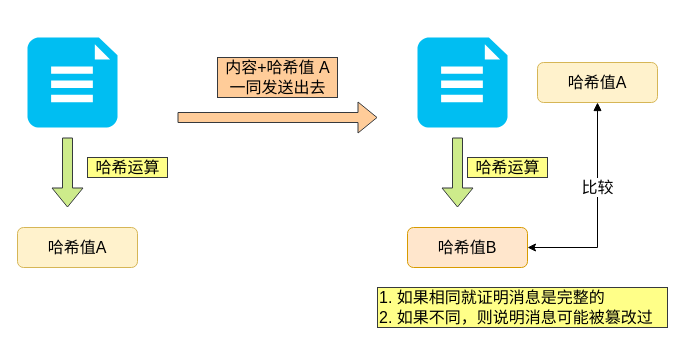
The draw.io diagram 网络/https/哈希比对.drawio in xiaolincoder/ImageHost4, before the edit. Source tidied: cells renumbered, new cells numbered last; positions are measured from the earlier drawing's top-left corner, leaving out a move shared by most shapes. Both pictures are drawn from the tidied source at 100%, with x=0, y=0 at pixel (17, 37).
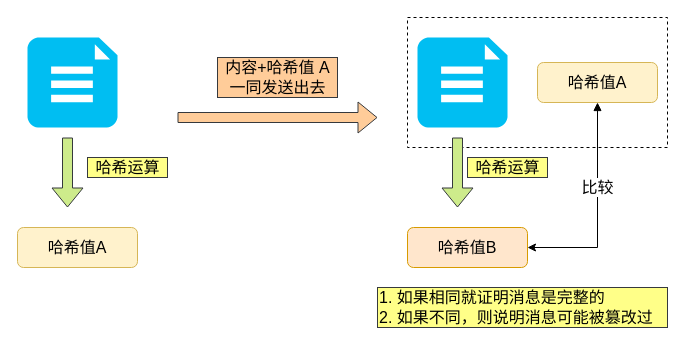
Above is the later version.

What changed in the source:
```diff
@@
 <mxGraphModel>
   <root>
     <mxCell id="0" />
     <mxCell id="1" parent="0" />
+    <mxCell id="15" style="rounded=0;whiteSpace=wrap;html=1;fontSize=16;align=left;dashed=1;" parent="1" vertex="1">
+      <mxGeometry x="390" y="-20" width="260" height="130" as="geometry" />
+    </mxCell>
     <mxCell id="2" style="verticalLabelPosition=bottom;html=1;verticalAlign=top;align=center;strokeColor=none;fillColor=#00BEF2;shape=mxgraph.azure.file_2;fontSize=16;" parent="1" vertex="1">
       <mxGeometry x="10" width="90" height="90" as="geometry" />
     </mxCell>
     <mxCell id="3" style="shape=flexArrow;endArrow=classic;html=1;fontSize=16;fillColor=#cdeb8b;strokeColor=#36393d;" parent="1" edge="1">
       <mxGeometry relative="1" as="geometry">
         <mxPoint x="50" y="100" as="sourcePoint" />
         <mxPoint x="50" y="170" as="targetPoint" />
       </mxGeometry>
     </mxCell>
     <mxCell id="4" value="哈希运算" style="text;html=1;align=center;verticalAlign=middle;strokeColor=#36393d;fontSize=16;fillColor=#ffff88;" parent="1" vertex="1">
       <mxGeometry x="70" y="120" width="80" height="20" as="geometry" />
     </mxCell>
     <mxCell id="5" value="哈希值A" style="rounded=1;whiteSpace=wrap;html=1;fontSize=16;fillColor=#fff2cc;strokeColor=#d6b656;" parent="1" vertex="1">
       <mxGeometry y="190" width="120" height="40" as="geometry" />
     </mxCell>
     <mxCell id="6" style="shape=flexArrow;endArrow=classic;html=1;fontSize=16;fillColor=#ffcc99;strokeColor=#36393d;" parent="1" edge="1">
       <mxGeometry relative="1" as="geometry">
         <mxPoint x="160" y="80" as="sourcePoint" />
         <mxPoint x="360" y="80" as="targetPoint" />
       </mxGeometry>
     </mxCell>
     <mxCell id="7" style="verticalLabelPosition=bottom;html=1;verticalAlign=top;align=center;strokeColor=none;fillColor=#00BEF2;shape=mxgraph.azure.file_2;fontSize=16;" parent="1" vertex="1">
       <mxGeometry x="400" width="90" height="90" as="geometry" />
     </mxCell>
     <mxCell id="8" style="shape=flexArrow;endArrow=classic;html=1;fontSize=16;fillColor=#cdeb8b;strokeColor=#36393d;" parent="1" edge="1">
       <mxGeometry relative="1" as="geometry">
         <mxPoint x="440" y="100" as="sourcePoint" />
         <mxPoint x="440" y="170" as="targetPoint" />
       </mxGeometry>
     </mxCell>
     <mxCell id="9" value="哈希运算" style="text;html=1;align=center;verticalAlign=middle;strokeColor=#36393d;fontSize=16;fillColor=#ffff88;" parent="1" vertex="1">
       <mxGeometry x="450" y="120" width="80" height="20" as="geometry" />
     </mxCell>
     <mxCell id="10" value="比较" style="edgeStyle=orthogonalEdgeStyle;rounded=0;jettySize=auto;html=1;entryX=0.5;entryY=1;entryDx=0;entryDy=0;fontSize=16;endArrow=block;endFill=1;startArrow=classic;startFill=1;" parent="1" edge="1" source="11" target="12">
       <mxGeometry x="0.21" relative="1" as="geometry" />
     </mxCell>
     <mxCell id="11" value="哈希值B" style="rounded=1;whiteSpace=wrap;html=1;fontSize=16;fillColor=#ffe6cc;strokeColor=#d79b00;" parent="1" vertex="1">
       <mxGeometry x="390" y="190" width="120" height="40" as="geometry" />
     </mxCell>
     <mxCell id="12" value="哈希值A" style="rounded=1;whiteSpace=wrap;html=1;fontSize=16;fillColor=#fff2cc;strokeColor=#d6b656;" parent="1" vertex="1">
       <mxGeometry x="520" y="25" width="120" height="40" as="geometry" />
     </mxCell>
     <mxCell id="13" value="1. 如果相同就证明消息是完整的&lt;br&gt;2. 如果不同，则说明消息可能被篡改过" style="text;html=1;align=left;verticalAlign=middle;strokeColor=#36393d;fontSize=16;fillColor=#ffff88;" parent="1" vertex="1">
       <mxGeometry x="360" y="250" width="290" height="40" as="geometry" />
     </mxCell>
     <mxCell id="14" value="内容+哈希值 A&lt;br&gt;一同发送出去" style="text;html=1;align=center;verticalAlign=middle;strokeColor=#36393d;fontSize=16;fillColor=#ffcc99;" parent="1" vertex="1">
       <mxGeometry x="200" y="20" width="120" height="40" as="geometry" />
     </mxCell>
   </root>
 </mxGraphModel>
```
